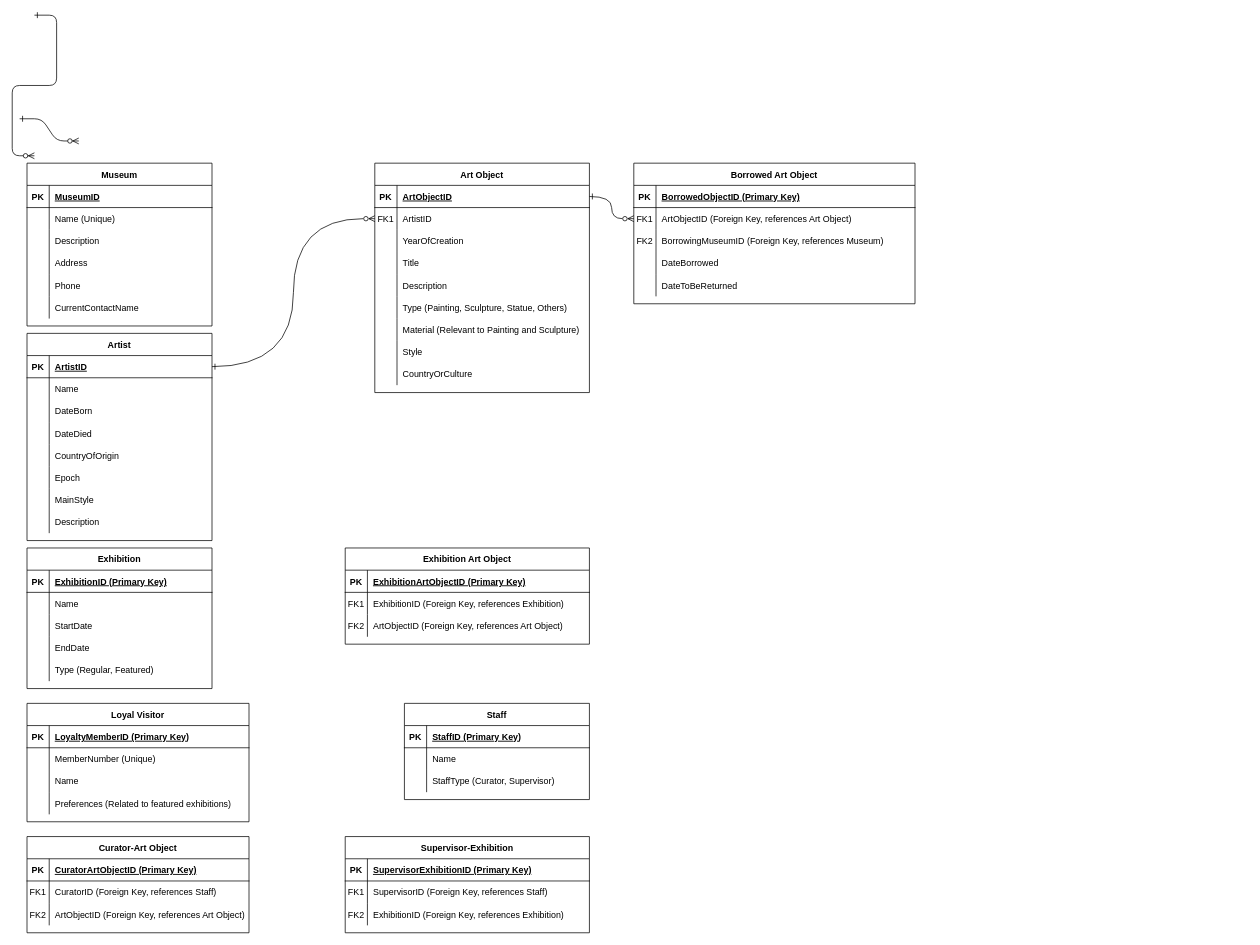
Kehong254/DatabaseCA2 keeps this draw.io diagram as 未命名绘图.drawio. Above is the earlier version. Source tidied: cells renumbered, new cells numbered last; positions are measured from the earlier drawing's top-left corner, leaving out a move shared by most shapes. Both pictures are drawn from the tidied source at 74%, with x=0, y=0 at pixel (19, 11).
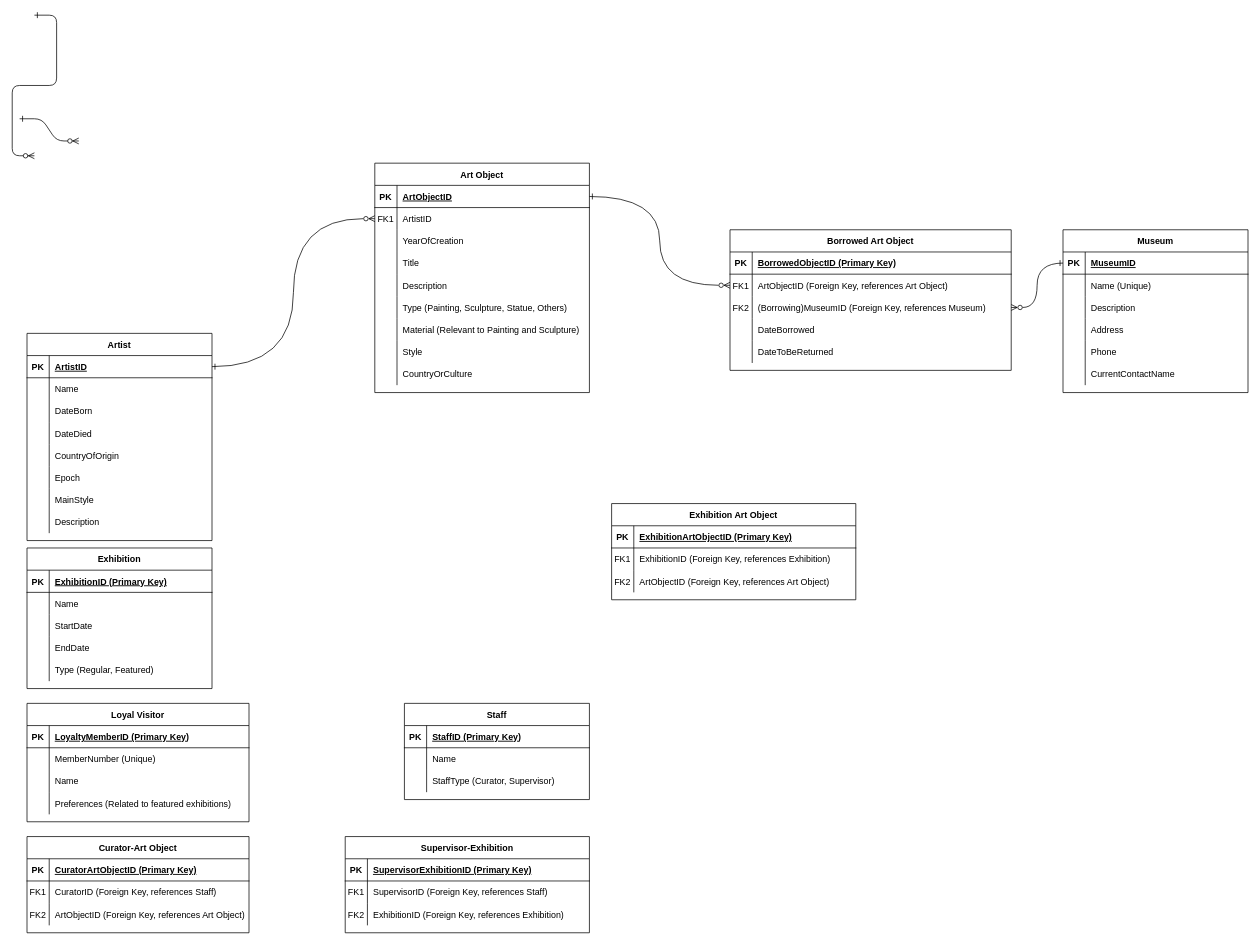
The same diagram, later.

The change refers to these unchanged cells:
```xml
<mxCell id="43" style="shape=partialRectangle;fillColor=none;points=[[0,0.5],[1,0.5]];portConstraint=eastwest;top=0;left=0;right=0;bottom=1;" parent="42" vertex="1">
  <mxGeometry y="30" width="250" height="30" as="geometry" />
</mxCell>
<mxCell id="94" style="shape=partialRectangle;fillColor=none;points=[[0,0.5],[1,0.5]];portConstraint=eastwest;top=0;left=0;right=0;bottom=0;" parent="87" vertex="1">
  <mxGeometry y="90" width="380" height="30" as="geometry" />
</mxCell>
```

The edit, as a diff of the source:
```diff
@@
     <mxCell id="42" value="Museum" style="shape=table;startSize=30;childLayout=tableLayout;rowLines=0;fontStyle=1;align=center;" parent="1" vertex="1">
-      <mxGeometry x="10" y="205" width="250" height="220" as="geometry" />
+      <mxGeometry x="1410" y="295" width="250" height="220" as="geometry" />
     </mxCell>
@@
     <mxCell id="87" value="Borrowed Art Object" style="shape=table;startSize=30;childLayout=tableLayout;rowLines=0;fontStyle=1;align=center;" parent="1" vertex="1">
-      <mxGeometry x="830" y="205" width="380" height="190" as="geometry" />
+      <mxGeometry x="960" y="295" width="380" height="190" as="geometry" />
     </mxCell>
@@
-    <mxCell id="96" value="BorrowingMuseumID (Foreign Key, references Museum)" style="shape=partialRectangle;overflow=hidden;fillColor=none;top=0;left=0;bottom=0;right=0;align=left;spacingLeft=6;" parent="94" vertex="1">
+    <mxCell id="96" value="(Borrowing)MuseumID (Foreign Key, references Museum)" style="shape=partialRectangle;overflow=hidden;fillColor=none;top=0;left=0;bottom=0;right=0;align=left;spacingLeft=6;" parent="94" vertex="1">
       <mxGeometry x="30" width="350" height="30" as="geometry" />
     </mxCell>
@@
     <mxCell id="103" value="Exhibition Art Object" style="shape=table;startSize=30;childLayout=tableLayout;rowLines=0;fontStyle=1;align=center;" parent="1" vertex="1">
-      <mxGeometry x="440" y="725" width="330" height="130" as="geometry" />
+      <mxGeometry x="800" y="665" width="330" height="130" as="geometry" />
     </mxCell>
@@
+    <mxCell id="163" style="edgeStyle=orthogonalEdgeStyle;rounded=0;jettySize=auto;html=1;exitX=0;exitY=0.5;exitDx=0;exitDy=0;endArrow=ERzeroToMany;endFill=0;startArrow=ERone;startFill=0;curved=1;" parent="1" edge="1" source="43" target="94">
+      <mxGeometry relative="1" as="geometry" />
+    </mxCell>
```
